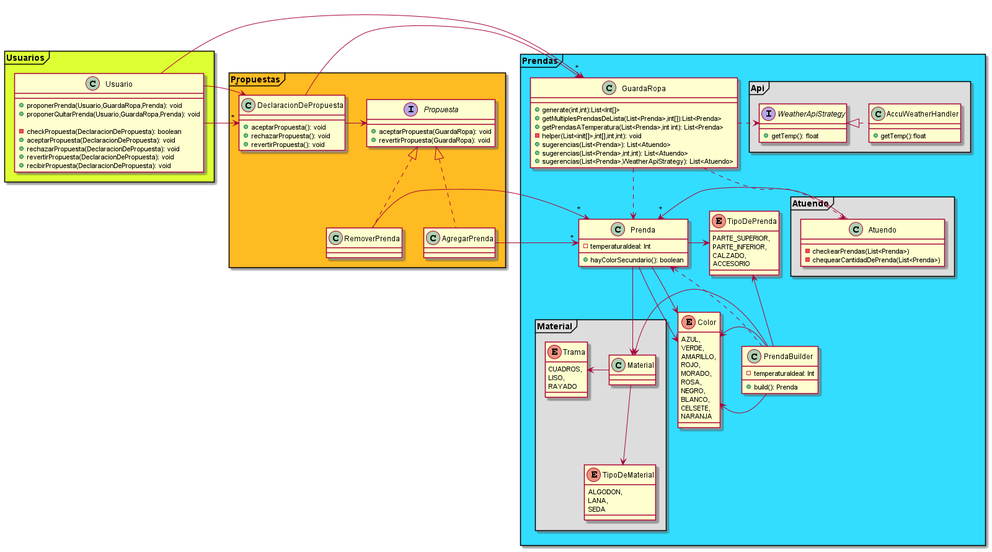
Earlier version of the PlantUML export Diagrama.png (Tomas83/QueMePongo).
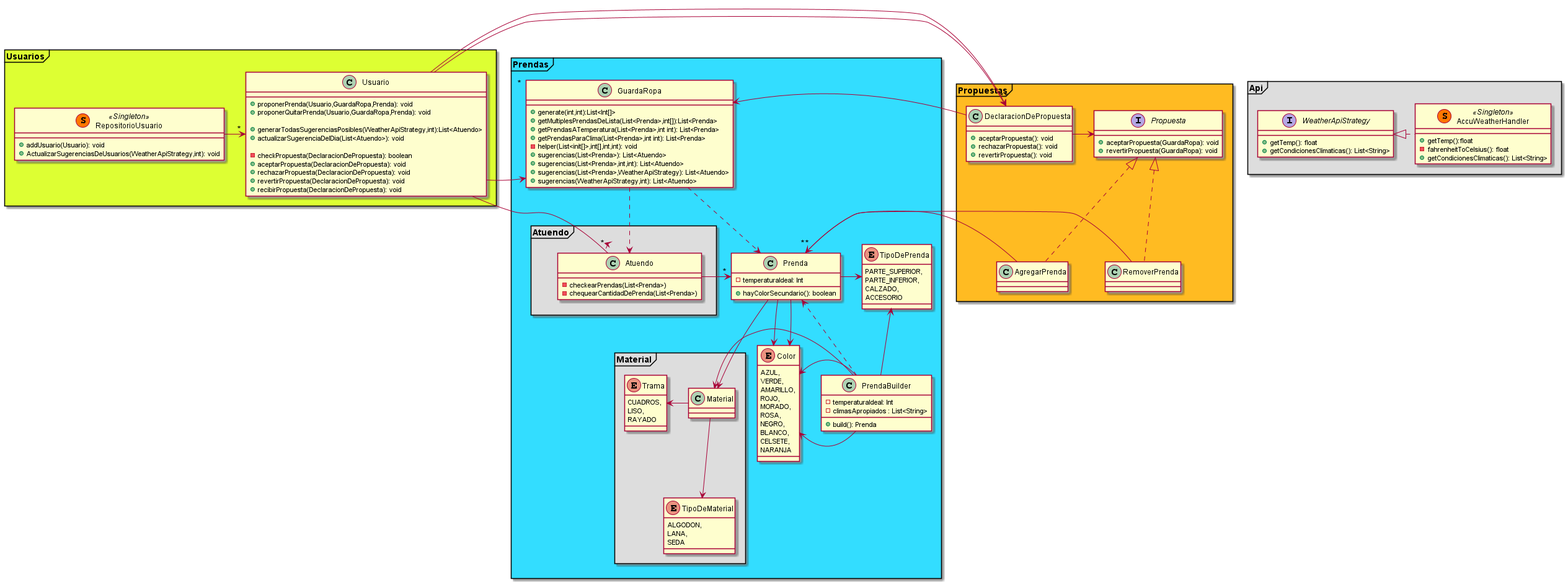
The same diagram one commit later.

Change to the diagram source:
```diff
@@ -2,10 +2,15 @@
 
 package Usuarios <<Frame>> #DDFF33
 {
+
+    RepositorioUsuario ->"*" Usuario
 	class Usuario
 	{
 		+proponerPrenda(Usuario,GuardaRopa,Prenda): void
         +proponerQuitarPrenda(Usuario,GuardaRopa,Prenda): void
+
+        +generarTodasSugerenciasPosibles(WeatherApiStrategy,int):List<Atuendo>
+        +actualizarSugerenciaDelDia(List<Atuendo>): void
 
         -checkPropuesta(DeclaracionDePropuesta): boolean
 
@@ -14,6 +19,11 @@
         +revertirPropuesta(DeclaracionDePropuesta): void
         +recibirPropuesta(DeclaracionDePropuesta): void
 	}
+    class RepositorioUsuario << (S,#FF7700) Singleton >>
+    {
+        +addUsuario(Usuario): void
+        +ActualizarSugerenciasDeUsuarios(WeatherApiStrategy,int): void
+    }
 }
 package Propuestas <<Frame>> #FFBB22
 {
@@ -39,9 +49,25 @@
         +revertirPropuesta(): void
     }
 }
+package Api <<Frame>> #DDDDDD
+{
+    AccuWeatherHandler ..l|>WeatherApiStrategy
+    Interface WeatherApiStrategy
+    {
+        +getTemp(): float
+        +getCondicionesClimaticas(): List<String>
+    }
+    class AccuWeatherHandler << (S,#FF7700) Singleton >>
+    {
+        +getTemp():float
+        -fahrenheitToCelsius(): float
+        +getCondicionesClimaticas(): List<String>
+    }
+}
 package Prendas <<Frame>> #33DDFF
 {
     Usuario->"*"GuardaRopa
+    Usuario->"*"Atuendo
     AgregarPrenda->"*" Prenda
     RemoverPrenda->"*" Prenda
     DeclaracionDePropuesta -> GuardaRopa
@@ -57,18 +83,7 @@
         }
     }
         Atuendo->"*"Prenda
-    package Api <<Frame>> #DDDDDD
-    {
-        AccuWeatherHandler ..l|>WeatherApiStrategy
-        Interface WeatherApiStrategy
-        {
-            +getTemp(): float
-        }
-        class AccuWeatherHandler
-        {
-            +getTemp():float
-        }
-    }
+
     package Material <<Frame>> #DDDDDD
     {
         Material -u>Trama
@@ -99,6 +114,7 @@
     class PrendaBuilder
     {
         - temperaturaIdeal: Int
+        - climasApropiados : List<String>
         + build(): Prenda
     }
     PrendaBuilder -[dashed]->Prenda
@@ -111,14 +127,16 @@
         +generate(int,int):List<Int[]>
         +getMultiplesPrendasDeLista(List<Prenda>,int[]):List<Prenda>
         +getPrendasATemperatura(List<Prenda>,int int): List<Prenda>
+        +getPrendasParaClima(List<Prenda>,int int): List<Prenda>
         -helper(List<init[]>,int[],int,int): void
         +sugerencias(List<Prenda>): List<Atuendo>
         +sugerencias(List<Prenda>,int,int): List<Atuendo>
         +sugerencias(List<Prenda>,WeatherApiStrategy): List<Atuendo>
+        +sugerencias(WeatherApiStrategy,int): List<Atuendo>
     }
     GuardaRopa..>Prenda
     GuardaRopa..>Atuendo
-    GuardaRopa.r>WeatherApiStrategy
+
     Enum Color
     {
         AZUL,
```
